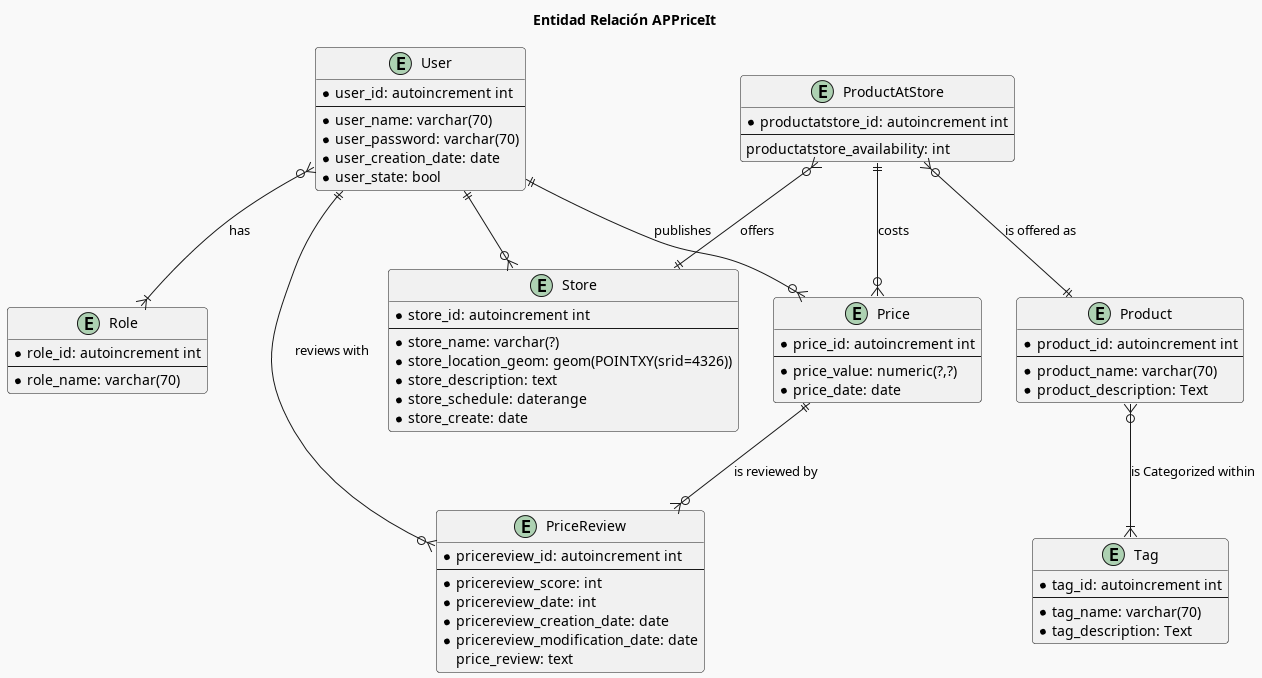
The PlantUML diagram docs/entity_relationship/er.png in ProgramaPatos/APPriceIt_Backend, before a commit.
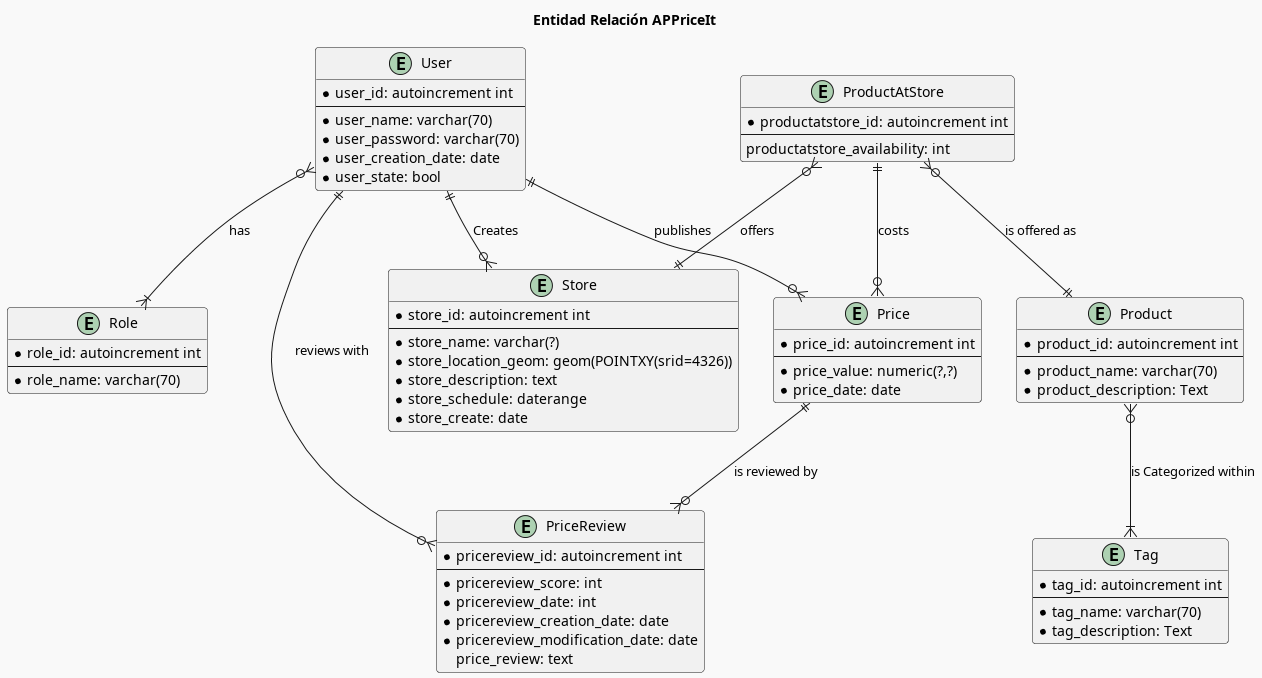
Above is the later version.

Commit message:
docs: er added realtion verb from user to store

Change to the diagram source:
```diff
@@ -29,7 +29,7 @@
     * user_state: bool
 }
 
-User ||--o{ Store
+User ||--o{ Store: Creates
 
 entity Role {
     * role_id: autoincrement int
```
